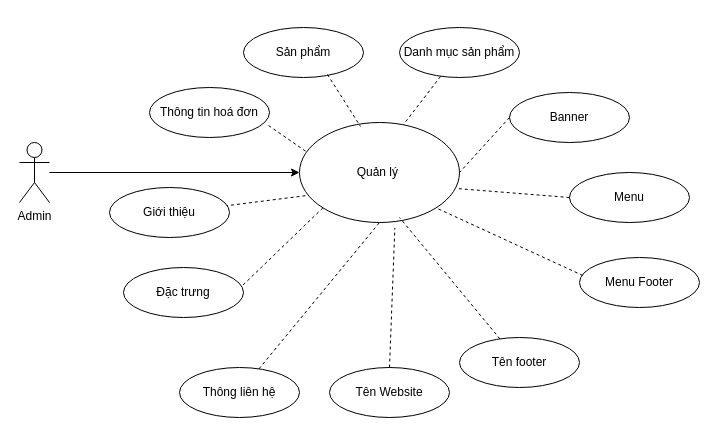
Above: UseCaseAdmin (1).drawio in duongquocvu0411/CDSG-CNPM (draw.io), before the change. Source tidied: cells renumbered, new cells numbered last; positions are measured from the earlier drawing's top-left corner, leaving out a move shared by most shapes. Both pictures are drawn from the tidied source at 100%, with x=0, y=0 at pixel (19, 27).
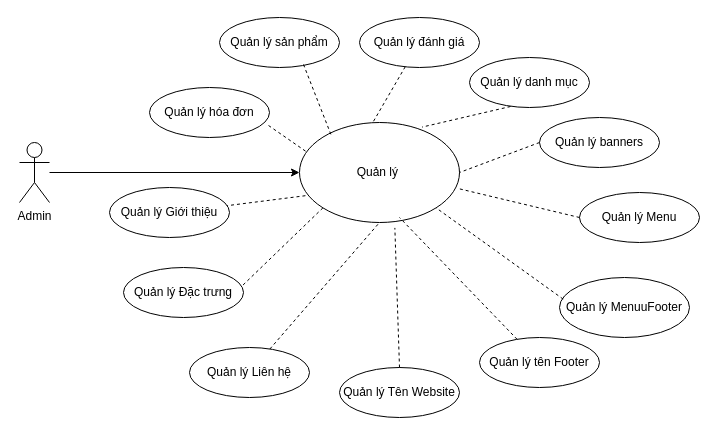
The same page after the edit.

Unchanged cells that the change refers to:
```xml
<mxCell id="9" value="Quản lý&amp;nbsp;" style="ellipse;whiteSpace=wrap;html=1;" parent="1" vertex="1">
  <mxGeometry x="280" y="95" width="160" height="100" as="geometry" />
</mxCell>
```

Diff of the diagram source:
```diff
@@
-    <mxCell id="4" value="Sản phẩm" style="ellipse;whiteSpace=wrap;html=1;" parent="1" vertex="1">
-      <mxGeometry x="224" width="120" height="50" as="geometry" />
+    <mxCell id="4" value="Quản lý sản phẩm" style="ellipse;whiteSpace=wrap;html=1;" parent="1" vertex="1">
+      <mxGeometry x="200" y="-10" width="120" height="50" as="geometry" />
     </mxCell>
-    <mxCell id="5" value="Đặc trưng" style="ellipse;whiteSpace=wrap;html=1;" parent="1" vertex="1">
+    <mxCell id="5" value="Quản lý Đặc trưng" style="ellipse;whiteSpace=wrap;html=1;" parent="1" vertex="1">
       <mxGeometry x="104" y="240" width="120" height="50" as="geometry" />
     </mxCell>
-    <mxCell id="6" value="Thông tin hoá đơn" style="ellipse;whiteSpace=wrap;html=1;" parent="1" vertex="1">
+    <mxCell id="6" value="Quản lý hóa đơn" style="ellipse;whiteSpace=wrap;html=1;" parent="1" vertex="1">
       <mxGeometry x="130" y="60" width="120" height="50" as="geometry" />
     </mxCell>
-    <mxCell id="7" value="Danh mục sản phẩm" style="ellipse;whiteSpace=wrap;html=1;" parent="1" vertex="1">
-      <mxGeometry x="380" width="120" height="50" as="geometry" />
+    <mxCell id="7" value="Quản lý danh mục" style="ellipse;whiteSpace=wrap;html=1;" parent="1" vertex="1">
+      <mxGeometry x="450" y="30" width="120" height="50" as="geometry" />
     </mxCell>
-    <mxCell id="8" value="Thông liên hệ" style="ellipse;whiteSpace=wrap;html=1;" parent="1" vertex="1">
-      <mxGeometry x="160" y="340" width="120" height="50" as="geometry" />
+    <mxCell id="8" value="Quản lý Liên hệ" style="ellipse;whiteSpace=wrap;html=1;" parent="1" vertex="1">
+      <mxGeometry x="170" y="320" width="120" height="50" as="geometry" />
     </mxCell>
@@
-    <mxCell id="10" value="Banner" style="ellipse;whiteSpace=wrap;html=1;" parent="1" vertex="1">
-      <mxGeometry x="490" y="65" width="120" height="50" as="geometry" />
+    <mxCell id="10" value="Quản lý banners" style="ellipse;whiteSpace=wrap;html=1;" parent="1" vertex="1">
+      <mxGeometry x="520" y="90" width="120" height="50" as="geometry" />
     </mxCell>
-    <mxCell id="11" value="Tên footer" style="ellipse;whiteSpace=wrap;html=1;" parent="1" vertex="1">
-      <mxGeometry x="440" y="310" width="120" height="50" as="geometry" />
+    <mxCell id="11" value="Quản lý tên Footer" style="ellipse;whiteSpace=wrap;html=1;" parent="1" vertex="1">
+      <mxGeometry x="460" y="310" width="120" height="50" as="geometry" />
     </mxCell>
@@
-    <mxCell id="14" style="endArrow=none;dashed=1;html=1;rounded=0;entryX=0.65;entryY=0.02;entryDx=0;entryDy=0;exitX=0.342;exitY=0.98;exitDx=0;exitDy=0;entryPerimeter=0;exitPerimeter=0;" parent="1" edge="1" source="7" target="9">
+    <mxCell id="14" style="endArrow=none;dashed=1;html=1;rounded=0;entryX=0.766;entryY=0.046;entryDx=0;entryDy=0;exitX=0.342;exitY=0.98;exitDx=0;exitDy=0;entryPerimeter=0;exitPerimeter=0;" parent="1" edge="1" source="7" target="9">
       <mxGeometry relative="1" as="geometry" />
     </mxCell>
-    <mxCell id="15" style="endArrow=none;dashed=1;html=1;rounded=0;entryX=0.381;entryY=0.04;entryDx=0;entryDy=0;exitX=0.7;exitY=0.94;exitDx=0;exitDy=0;entryPerimeter=0;exitPerimeter=0;" parent="1" edge="1" source="4" target="9">
+    <mxCell id="15" style="endArrow=none;dashed=1;html=1;rounded=0;entryX=0.196;entryY=0.118;entryDx=0;entryDy=0;exitX=0.7;exitY=0.94;exitDx=0;exitDy=0;entryPerimeter=0;exitPerimeter=0;" parent="1" edge="1" source="4" target="9">
       <mxGeometry relative="1" as="geometry" />
     </mxCell>
@@
-    <mxCell id="18" value="Menu Footer" style="ellipse;whiteSpace=wrap;html=1;" parent="1" vertex="1">
-      <mxGeometry x="560" y="230" width="120" height="50" as="geometry" />
+    <mxCell id="18" value="Quản lý MenuuFooter" style="ellipse;whiteSpace=wrap;html=1;" parent="1" vertex="1">
+      <mxGeometry x="540" y="250" width="130" height="60" as="geometry" />
     </mxCell>
@@
-    <mxCell id="21" value="Tên Website" style="ellipse;whiteSpace=wrap;html=1;" parent="1" vertex="1">
-      <mxGeometry x="310" y="340" width="120" height="50" as="geometry" />
+    <mxCell id="21" value="Quản lý Tên Website" style="ellipse;whiteSpace=wrap;html=1;" parent="1" vertex="1">
+      <mxGeometry x="320" y="340" width="120" height="50" as="geometry" />
     </mxCell>
@@
-    <mxCell id="23" value="Menu" style="ellipse;whiteSpace=wrap;html=1;" parent="1" vertex="1">
-      <mxGeometry x="550" y="145" width="120" height="50" as="geometry" />
+    <mxCell id="23" value="Quản lý Menu" style="ellipse;whiteSpace=wrap;html=1;" parent="1" vertex="1">
+      <mxGeometry x="560" y="165" width="120" height="50" as="geometry" />
     </mxCell>
@@
-    <mxCell id="25" value="Giới thiệu" style="ellipse;whiteSpace=wrap;html=1;" parent="1" vertex="1">
+    <mxCell id="25" value="Quản lý Giới thiệu" style="ellipse;whiteSpace=wrap;html=1;" parent="1" vertex="1">
       <mxGeometry x="90" y="160" width="120" height="50" as="geometry" />
     </mxCell>
@@
+    <mxCell id="27" value="Quản lý đánh giá" style="ellipse;whiteSpace=wrap;html=1;" parent="1" vertex="1">
+      <mxGeometry x="340" y="-10" width="120" height="50" as="geometry" />
+    </mxCell>
+    <mxCell id="28" style="endArrow=none;dashed=1;html=1;rounded=0;entryX=0.456;entryY=0.006;entryDx=0;entryDy=0;entryPerimeter=0;" parent="1" edge="1" source="27" target="9">
+      <mxGeometry relative="1" as="geometry" />
+    </mxCell>
```
